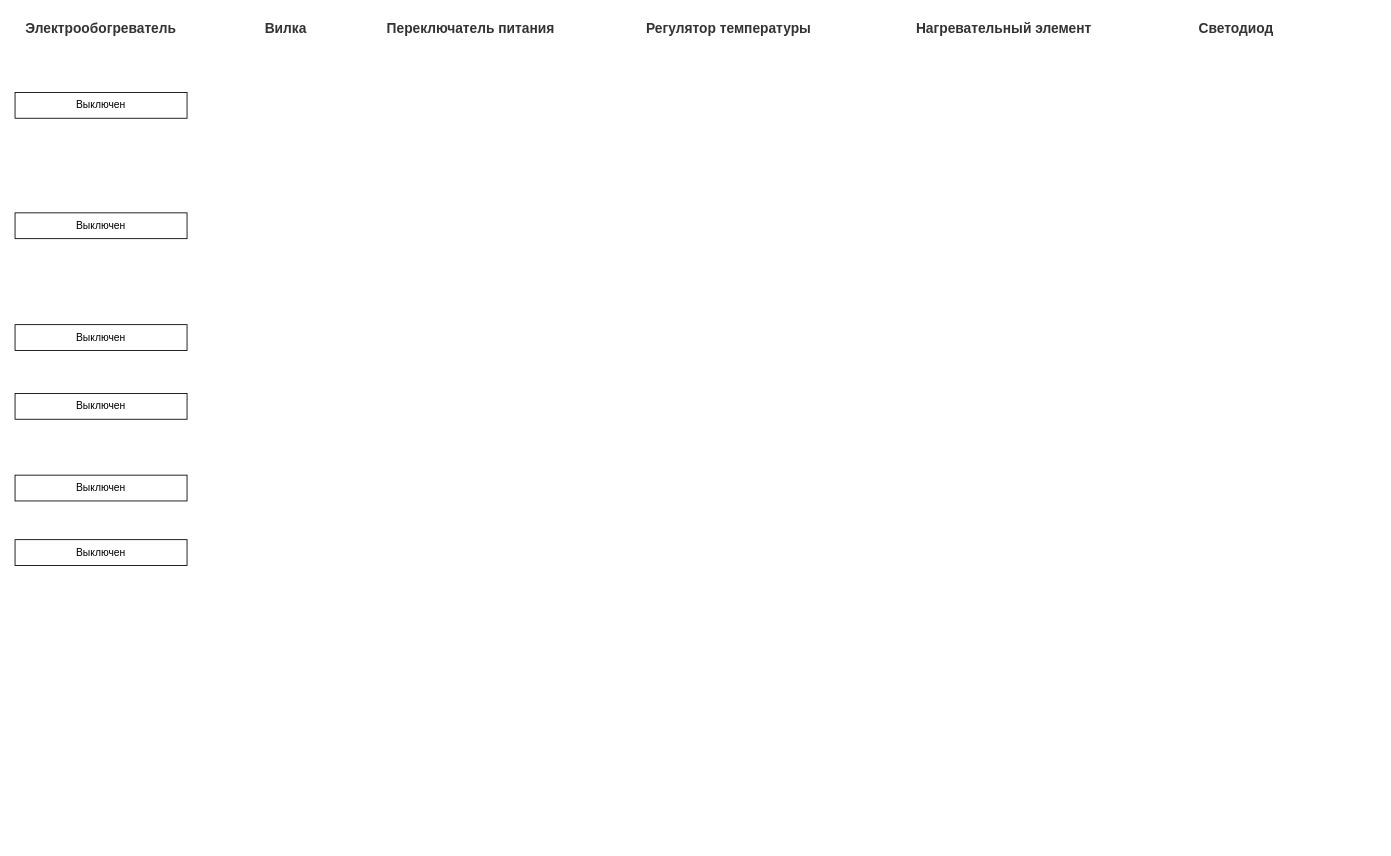
SerPan23/BMSTU_SEM_4 keeps this draw.io diagram as page "Каналы управления" (4 of 5) of OOP/lab_05/lab_05.drawio. Above is the earlier version. Source tidied: cells renumbered, new cells numbered last; positions are measured from the earlier drawing's top-left corner, leaving out a move shared by most shapes. Both pictures are drawn from the tidied source at 86%, with x=0, y=0 at pixel (15, 15).
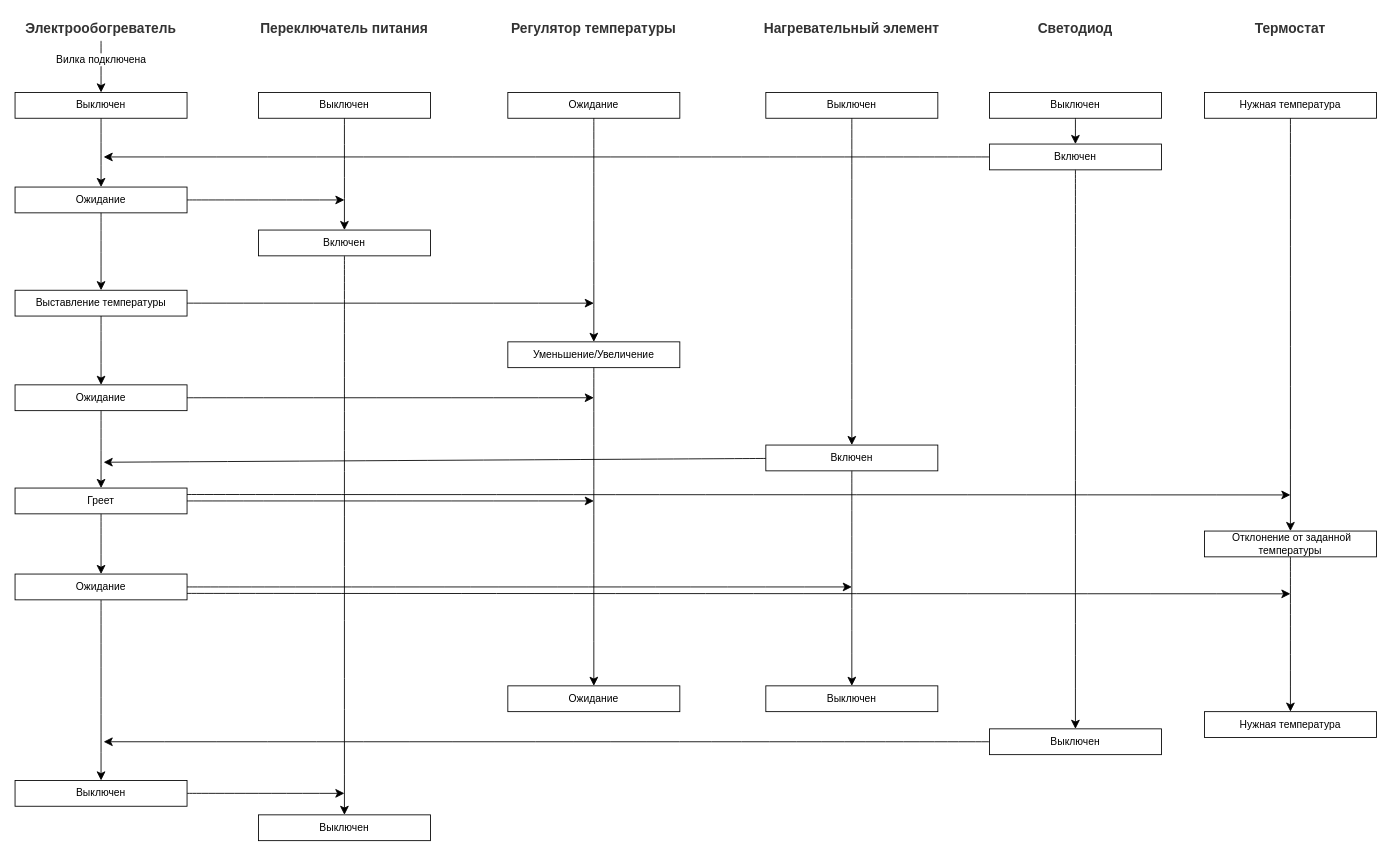
After the change.

The change refers to these unchanged cells:
```xml
<mxCell id="2" value="&lt;span style=&quot;color: rgb(51, 51, 51); font-weight: 700;&quot;&gt;&lt;font style=&quot;font-size: 16px;&quot;&gt;Электрообогреватель&lt;/font&gt;&lt;/span&gt;" style="text;html=1;align=center;verticalAlign=middle;whiteSpace=wrap;rounded=0;fontSize=16;" parent="1" vertex="1">
  <mxGeometry width="200" height="30" as="geometry" />
</mxCell>
<mxCell id="8" value="Выключен" style="rounded=0;whiteSpace=wrap;html=1;" parent="1" vertex="1">
  <mxGeometry y="90" width="200" height="30" as="geometry" />
</mxCell>
```

The edit, as a diff of the source:
```diff
@@
-    <mxCell id="3" value="&lt;span style=&quot;color: rgb(51, 51, 51); font-weight: 700;&quot;&gt;&lt;font style=&quot;font-size: 16px;&quot;&gt;Вилка&lt;/font&gt;&lt;/span&gt;" style="text;html=1;align=center;verticalAlign=middle;whiteSpace=wrap;rounded=0;fontSize=16;" parent="1" vertex="1">
-      <mxGeometry x="240" width="150" height="30" as="geometry" />
-    </mxCell>
     <mxCell id="4" value="&lt;span style=&quot;color: rgb(51, 51, 51); font-weight: 700;&quot;&gt;&lt;font style=&quot;font-size: 16px;&quot;&gt;Переключатель питания&lt;/font&gt;&lt;/span&gt;" style="text;html=1;align=center;verticalAlign=middle;whiteSpace=wrap;rounded=0;fontSize=16;" parent="1" vertex="1">
-      <mxGeometry x="410" width="240" height="30" as="geometry" />
+      <mxGeometry x="263" width="240" height="30" as="geometry" />
     </mxCell>
     <mxCell id="5" value="&lt;span style=&quot;color: rgb(51, 51, 51); font-weight: 700;&quot;&gt;&lt;font style=&quot;font-size: 16px;&quot;&gt;Регулятор температуры&lt;/font&gt;&lt;/span&gt;" style="text;html=1;align=center;verticalAlign=middle;whiteSpace=wrap;rounded=0;fontSize=16;" parent="1" vertex="1">
-      <mxGeometry x="710" width="240" height="30" as="geometry" />
+      <mxGeometry x="553" width="240" height="30" as="geometry" />
     </mxCell>
     <mxCell id="6" value="&lt;span style=&quot;color: rgb(51, 51, 51); font-weight: 700;&quot;&gt;&lt;font style=&quot;font-size: 16px;&quot;&gt;Нагревательный элемент&lt;/font&gt;&lt;/span&gt;" style="text;html=1;align=center;verticalAlign=middle;whiteSpace=wrap;rounded=0;fontSize=16;" parent="1" vertex="1">
-      <mxGeometry x="1030" width="240" height="30" as="geometry" />
+      <mxGeometry x="853" width="240" height="30" as="geometry" />
     </mxCell>
     <mxCell id="7" value="&lt;span style=&quot;color: rgb(51, 51, 51); font-weight: 700;&quot;&gt;&lt;font style=&quot;font-size: 16px;&quot;&gt;Светодиод&lt;/font&gt;&lt;/span&gt;" style="text;html=1;align=center;verticalAlign=middle;whiteSpace=wrap;rounded=0;fontSize=16;" parent="1" vertex="1">
-      <mxGeometry x="1300" width="240" height="30" as="geometry" />
+      <mxGeometry x="1153" width="160" height="30" as="geometry" />
     </mxCell>
@@
-    <mxCell id="9" value="Выключен" style="rounded=0;whiteSpace=wrap;html=1;" parent="1" vertex="1">
-      <mxGeometry y="230" width="200" height="30" as="geometry" />
+    <mxCell id="9" value="Ожидание" style="rounded=0;whiteSpace=wrap;html=1;" parent="1" vertex="1">
+      <mxGeometry y="200" width="200" height="30" as="geometry" />
     </mxCell>
-    <mxCell id="10" value="Выключен" style="rounded=0;whiteSpace=wrap;html=1;" parent="1" vertex="1">
-      <mxGeometry y="360" width="200" height="30" as="geometry" />
+    <mxCell id="10" value="Выставление температуры" style="rounded=0;whiteSpace=wrap;html=1;" parent="1" vertex="1">
+      <mxGeometry y="320" width="200" height="30" as="geometry" />
     </mxCell>
-    <mxCell id="11" value="Выключен" style="rounded=0;whiteSpace=wrap;html=1;" parent="1" vertex="1">
-      <mxGeometry y="440" width="200" height="30" as="geometry" />
+    <mxCell id="11" value="Ожидание" style="rounded=0;whiteSpace=wrap;html=1;" parent="1" vertex="1">
+      <mxGeometry y="430" width="200" height="30" as="geometry" />
     </mxCell>
-    <mxCell id="12" value="Выключен" style="rounded=0;whiteSpace=wrap;html=1;" parent="1" vertex="1">
-      <mxGeometry y="535" width="200" height="30" as="geometry" />
+    <mxCell id="12" value="Греет" style="rounded=0;whiteSpace=wrap;html=1;" parent="1" vertex="1">
+      <mxGeometry y="550" width="200" height="30" as="geometry" />
     </mxCell>
     <mxCell id="13" value="Выключен" style="rounded=0;whiteSpace=wrap;html=1;" parent="1" vertex="1">
-      <mxGeometry y="610" width="200" height="30" as="geometry" />
+      <mxGeometry y="890" width="200" height="30" as="geometry" />
     </mxCell>
+    <mxCell id="14" style="endArrow=classic;html=1;rounded=0;fontSize=12;startSize=8;endSize=8;curved=1;exitX=0.5;exitY=1;exitDx=0;exitDy=0;entryX=0.5;entryY=0;entryDx=0;entryDy=0;" parent="1" edge="1" source="2" target="8">
+      <mxGeometry relative="1" as="geometry" />
+    </mxCell>
+    <mxCell id="15" value="Вилка подключена" style="edgeLabel;html=1;align=center;verticalAlign=middle;fontSize=12;" parent="14" vertex="1">
+      <mxGeometry x="-0.3" y="-1" relative="1" as="geometry" />
+    </mxCell>
+    <mxCell id="16" style="endArrow=classic;html=1;rounded=0;fontSize=12;startSize=8;endSize=8;curved=1;exitX=0.5;exitY=1;exitDx=0;exitDy=0;" parent="1" edge="1" source="8" target="9">
+      <mxGeometry relative="1" as="geometry" />
+    </mxCell>
+    <mxCell id="17" style="endArrow=classic;html=1;rounded=0;fontSize=12;startSize=8;endSize=8;curved=1;exitX=0.5;exitY=1;exitDx=0;exitDy=0;" parent="1" edge="1" source="9" target="10">
+      <mxGeometry relative="1" as="geometry" />
+    </mxCell>
+    <mxCell id="18" style="endArrow=classic;html=1;rounded=0;fontSize=12;startSize=8;endSize=8;curved=1;" parent="1" edge="1" source="10" target="11">
+      <mxGeometry relative="1" as="geometry" />
+    </mxCell>
+    <mxCell id="19" style="endArrow=classic;html=1;rounded=0;fontSize=12;startSize=8;endSize=8;curved=1;" parent="1" edge="1" source="11" target="12">
+      <mxGeometry relative="1" as="geometry" />
+    </mxCell>
+    <mxCell id="20" value="Выключен" style="rounded=0;whiteSpace=wrap;html=1;" parent="1" vertex="1">
+      <mxGeometry x="283" y="90" width="200" height="30" as="geometry" />
+    </mxCell>
+    <mxCell id="21" value="Выключен" style="rounded=0;whiteSpace=wrap;html=1;" parent="1" vertex="1">
+      <mxGeometry x="283" y="930" width="200" height="30" as="geometry" />
+    </mxCell>
+    <mxCell id="22" value="Включен" style="rounded=0;whiteSpace=wrap;html=1;" parent="1" vertex="1">
+      <mxGeometry x="283" y="250" width="200" height="30" as="geometry" />
+    </mxCell>
+    <mxCell id="23" style="endArrow=classic;html=1;rounded=0;fontSize=12;startSize=8;endSize=8;curved=1;" parent="1" edge="1" source="20" target="22">
+      <mxGeometry relative="1" as="geometry" />
+    </mxCell>
+    <mxCell id="24" style="endArrow=classic;html=1;rounded=0;fontSize=12;startSize=8;endSize=8;curved=1;" parent="1" edge="1" source="22" target="21">
+      <mxGeometry relative="1" as="geometry" />
+    </mxCell>
+    <mxCell id="25" style="endArrow=classic;html=1;rounded=0;fontSize=12;startSize=8;endSize=8;curved=1;" parent="1" edge="1" source="9">
+      <mxGeometry relative="1" as="geometry">
+        <mxPoint x="383" y="215" as="targetPoint" />
+      </mxGeometry>
+    </mxCell>
+    <mxCell id="26" value="&lt;span style=&quot;color: rgb(51, 51, 51); font-weight: 700;&quot;&gt;&lt;font style=&quot;font-size: 16px;&quot;&gt;Термостат&lt;/font&gt;&lt;/span&gt;" style="text;html=1;align=center;verticalAlign=middle;whiteSpace=wrap;rounded=0;fontSize=16;" parent="1" vertex="1">
+      <mxGeometry x="1403" width="160" height="30" as="geometry" />
+    </mxCell>
+    <mxCell id="27" value="Нужная температура" style="rounded=0;whiteSpace=wrap;html=1;" parent="1" vertex="1">
+      <mxGeometry x="1383" y="90" width="200" height="30" as="geometry" />
+    </mxCell>
+    <mxCell id="28" style="endArrow=classic;html=1;rounded=0;fontSize=12;startSize=8;endSize=8;curved=1;" parent="1" edge="1" source="43" target="13">
+      <mxGeometry relative="1" as="geometry" />
+    </mxCell>
+    <mxCell id="29" style="endArrow=classic;html=1;rounded=0;fontSize=12;startSize=8;endSize=8;curved=1;" parent="1" edge="1" source="13">
+      <mxGeometry relative="1" as="geometry">
+        <mxPoint x="383" y="905" as="targetPoint" />
+      </mxGeometry>
+    </mxCell>
+    <mxCell id="30" value="Ожидание" style="rounded=0;whiteSpace=wrap;html=1;" parent="1" vertex="1">
+      <mxGeometry x="573" y="90" width="200" height="30" as="geometry" />
+    </mxCell>
+    <mxCell id="31" value="Уменьшение/Увеличение" style="rounded=0;whiteSpace=wrap;html=1;" parent="1" vertex="1">
+      <mxGeometry x="573" y="380" width="200" height="30" as="geometry" />
+    </mxCell>
+    <mxCell id="32" value="Ожидание" style="rounded=0;whiteSpace=wrap;html=1;" parent="1" vertex="1">
+      <mxGeometry x="573" y="780" width="200" height="30" as="geometry" />
+    </mxCell>
+    <mxCell id="33" style="endArrow=classic;html=1;rounded=0;fontSize=12;startSize=8;endSize=8;curved=1;" parent="1" edge="1" source="30" target="31">
+      <mxGeometry relative="1" as="geometry" />
+    </mxCell>
+    <mxCell id="34" style="endArrow=classic;html=1;rounded=0;fontSize=12;startSize=8;endSize=8;curved=1;" parent="1" edge="1" source="31" target="32">
+      <mxGeometry relative="1" as="geometry" />
+    </mxCell>
+    <mxCell id="35" style="endArrow=classic;html=1;rounded=0;fontSize=12;startSize=8;endSize=8;curved=1;" parent="1" edge="1" source="10">
+      <mxGeometry relative="1" as="geometry">
+        <mxPoint x="673" y="335" as="targetPoint" />
+      </mxGeometry>
+    </mxCell>
+    <mxCell id="36" style="endArrow=classic;html=1;rounded=0;fontSize=12;startSize=8;endSize=8;curved=1;" parent="1" edge="1" source="12">
+      <mxGeometry relative="1" as="geometry">
+        <mxPoint x="673" y="565" as="targetPoint" />
+      </mxGeometry>
+    </mxCell>
+    <mxCell id="37" value="Выключен" style="rounded=0;whiteSpace=wrap;html=1;" parent="1" vertex="1">
+      <mxGeometry x="873" y="90" width="200" height="30" as="geometry" />
+    </mxCell>
+    <mxCell id="38" value="Включен" style="rounded=0;whiteSpace=wrap;html=1;" parent="1" vertex="1">
+      <mxGeometry x="873" y="500" width="200" height="30" as="geometry" />
+    </mxCell>
+    <mxCell id="39" value="Выключен" style="rounded=0;whiteSpace=wrap;html=1;" parent="1" vertex="1">
+      <mxGeometry x="873" y="780" width="200" height="30" as="geometry" />
+    </mxCell>
+    <mxCell id="40" style="endArrow=classic;html=1;rounded=0;fontSize=12;startSize=8;endSize=8;curved=1;" parent="1" edge="1" source="37" target="38">
+      <mxGeometry relative="1" as="geometry" />
+    </mxCell>
+    <mxCell id="41" style="endArrow=classic;html=1;rounded=0;fontSize=12;startSize=8;endSize=8;curved=1;" parent="1" edge="1" source="38" target="39">
+      <mxGeometry relative="1" as="geometry" />
+    </mxCell>
+    <mxCell id="42" style="endArrow=classic;html=1;rounded=0;fontSize=12;startSize=8;endSize=8;curved=1;exitX=1;exitY=0.25;exitDx=0;exitDy=0;" parent="1" edge="1" source="12">
+      <mxGeometry relative="1" as="geometry">
+        <mxPoint x="1483" y="558" as="targetPoint" />
+      </mxGeometry>
+    </mxCell>
+    <mxCell id="43" value="Ожидание" style="rounded=0;whiteSpace=wrap;html=1;" parent="1" vertex="1">
+      <mxGeometry y="650" width="200" height="30" as="geometry" />
+    </mxCell>
+    <mxCell id="44" style="endArrow=classic;html=1;rounded=0;fontSize=12;startSize=8;endSize=8;curved=1;" parent="1" edge="1" source="12" target="43">
+      <mxGeometry relative="1" as="geometry" />
+    </mxCell>
+    <mxCell id="45" style="endArrow=classic;html=1;rounded=0;fontSize=12;startSize=8;endSize=8;curved=1;" parent="1" edge="1" source="43">
+      <mxGeometry relative="1" as="geometry">
+        <mxPoint x="973" y="665" as="targetPoint" />
+      </mxGeometry>
+    </mxCell>
+    <mxCell id="46" value="Выключен" style="rounded=0;whiteSpace=wrap;html=1;" parent="1" vertex="1">
+      <mxGeometry x="1133" y="90" width="200" height="30" as="geometry" />
+    </mxCell>
+    <mxCell id="47" value="Включен" style="rounded=0;whiteSpace=wrap;html=1;" parent="1" vertex="1">
+      <mxGeometry x="1133" y="150" width="200" height="30" as="geometry" />
+    </mxCell>
+    <mxCell id="48" value="Выключен" style="rounded=0;whiteSpace=wrap;html=1;" parent="1" vertex="1">
+      <mxGeometry x="1133" y="830" width="200" height="30" as="geometry" />
+    </mxCell>
+    <mxCell id="49" style="endArrow=classic;html=1;rounded=0;fontSize=12;startSize=8;endSize=8;curved=1;" parent="1" edge="1" source="46" target="47">
+      <mxGeometry relative="1" as="geometry" />
+    </mxCell>
+    <mxCell id="50" style="endArrow=classic;html=1;rounded=0;fontSize=12;startSize=8;endSize=8;curved=1;" parent="1" edge="1" source="47" target="48">
+      <mxGeometry relative="1" as="geometry" />
+    </mxCell>
+    <mxCell id="51" style="endArrow=classic;html=1;rounded=0;fontSize=12;startSize=8;endSize=8;curved=1;" parent="1" edge="1" source="48">
+      <mxGeometry relative="1" as="geometry">
+        <mxPoint x="103" y="845" as="targetPoint" />
+      </mxGeometry>
+    </mxCell>
+    <mxCell id="52" style="endArrow=classic;html=1;rounded=0;fontSize=12;startSize=8;endSize=8;curved=1;" parent="1" edge="1" source="11">
+      <mxGeometry relative="1" as="geometry">
+        <mxPoint x="673" y="445" as="targetPoint" />
+      </mxGeometry>
+    </mxCell>
+    <mxCell id="53" style="endArrow=classic;html=1;rounded=0;fontSize=12;startSize=8;endSize=8;curved=1;" parent="1" edge="1" source="47">
+      <mxGeometry relative="1" as="geometry">
+        <mxPoint x="103" y="165" as="targetPoint" />
+      </mxGeometry>
+    </mxCell>
+    <mxCell id="54" value="&amp;nbsp;Отклонение от заданной температуры" style="rounded=0;whiteSpace=wrap;html=1;" parent="1" vertex="1">
+      <mxGeometry x="1383" y="600" width="200" height="30" as="geometry" />
+    </mxCell>
+    <mxCell id="55" value="Нужная температура" style="rounded=0;whiteSpace=wrap;html=1;" parent="1" vertex="1">
+      <mxGeometry x="1383" y="810" width="200" height="30" as="geometry" />
+    </mxCell>
+    <mxCell id="56" style="endArrow=classic;html=1;rounded=0;fontSize=12;startSize=8;endSize=8;curved=1;" parent="1" edge="1" source="27" target="54">
+      <mxGeometry relative="1" as="geometry" />
+    </mxCell>
+    <mxCell id="57" style="endArrow=classic;html=1;rounded=0;fontSize=12;startSize=8;endSize=8;curved=1;" parent="1" edge="1" source="54" target="55">
+      <mxGeometry relative="1" as="geometry" />
+    </mxCell>
+    <mxCell id="58" style="endArrow=classic;html=1;rounded=0;fontSize=12;startSize=8;endSize=8;curved=1;" parent="1" edge="1" source="38">
+      <mxGeometry relative="1" as="geometry">
+        <mxPoint x="103" y="520" as="targetPoint" />
+      </mxGeometry>
+    </mxCell>
+    <mxCell id="59" style="endArrow=classic;html=1;rounded=0;fontSize=12;startSize=8;endSize=8;curved=1;exitX=1;exitY=0.75;exitDx=0;exitDy=0;" parent="1" edge="1" source="43">
+      <mxGeometry relative="1" as="geometry">
+        <mxPoint x="1483" y="673" as="targetPoint" />
+      </mxGeometry>
+    </mxCell>
```
